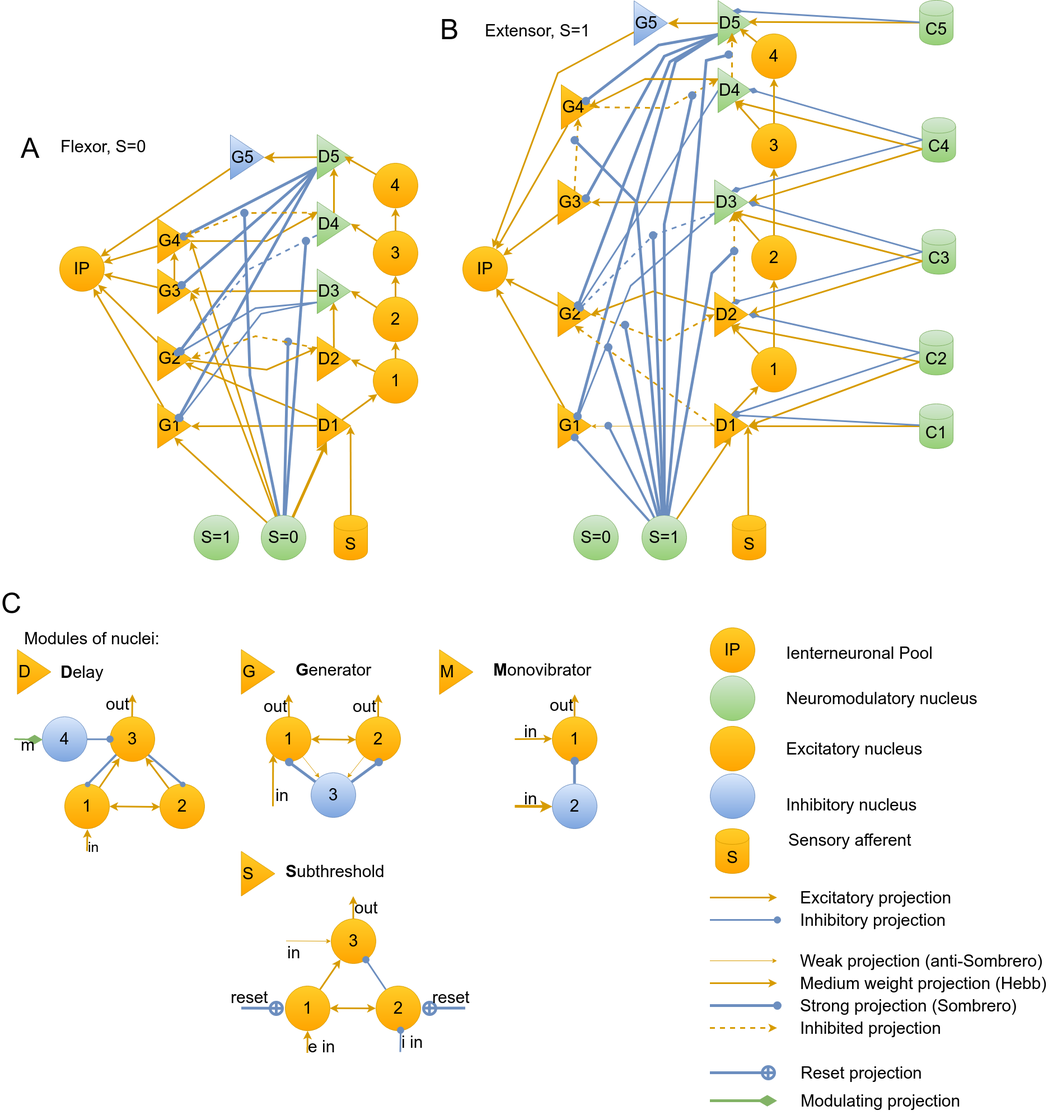
Earlier version of the draw.io export doc/diagram/cpg_generator_FE_paper.png (research-team/memristive-spinal-cord). Source tidied: cells renumbered, new cells last; positions are measured from the earlier drawing's top-left corner, leaving out a move shared by most shapes.
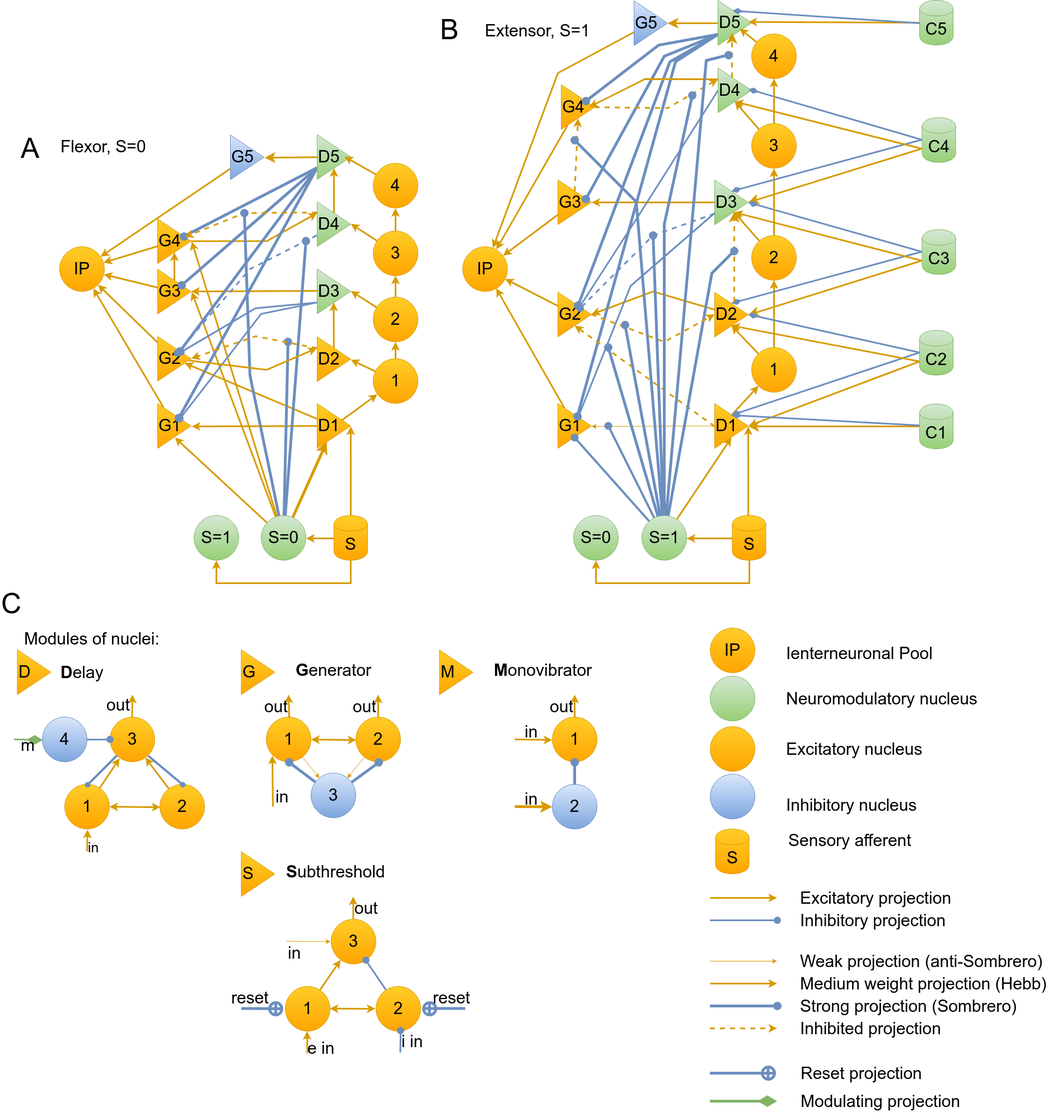
The same diagram one commit later.

What changed in the source:
```diff
@@ -609,6 +609,17 @@
     <mxCell id="162" value="Sensory afferent" style="text;html=1;align=left;verticalAlign=top;spacingTop=-4;fontSize=30;fontColor=#000000;" parent="77" vertex="1">
       <mxGeometry x="1406" y="1480" width="240" height="40" as="geometry" />
     </mxCell>
+    <mxCell id="232" style="edgeStyle=orthogonalEdgeStyle;rounded=0;html=1;jettySize=auto;fillColor=#ffcd28;strokeColor=#d79b00;gradientColor=#ffa500;strokeWidth=3;" parent="77" edge="1" source="163" target="87">
+      <mxGeometry relative="1" as="geometry">
+        <Array as="points">
+          <mxPoint x="626" y="1040" />
+          <mxPoint x="386" y="1040" />
+        </Array>
+      </mxGeometry>
+    </mxCell>
+    <mxCell id="233" style="edgeStyle=orthogonalEdgeStyle;rounded=0;html=1;jettySize=auto;strokeWidth=3;fillColor=#ffcd28;strokeColor=#d79b00;gradientColor=#ffa500;" parent="77" edge="1" source="163" target="89">
+      <mxGeometry relative="1" as="geometry" />
+    </mxCell>
     <mxCell id="163" value="S" style="shape=cylinder;whiteSpace=wrap;html=1;boundedLbl=1;backgroundOutline=1;rounded=1;shadow=0;glass=0;strokeColor=#d79b00;strokeWidth=1;fillColor=#ffcd28;gradientColor=#ffa500;fontSize=30;align=center;" parent="77" vertex="1">
       <mxGeometry x="596" y="920" width="60" height="80" as="geometry" />
     </mxCell>
@@ -658,6 +669,17 @@
     <mxCell id="175" value="4" style="ellipse;whiteSpace=wrap;html=1;rounded=0;shadow=0;glass=0;comic=0;labelBackgroundColor=none;strokeColor=#d79b00;strokeWidth=1;fillColor=#ffcd28;fontSize=30;fontColor=#000000;align=center;gradientColor=#ffa500;" parent="77" vertex="1">
       <mxGeometry x="666" y="291.2" width="80" height="80" as="geometry" />
     </mxCell>
+    <mxCell id="234" style="edgeStyle=orthogonalEdgeStyle;rounded=0;html=1;entryX=1;entryY=0.5;jettySize=auto;strokeWidth=3;fillColor=#ffcd28;strokeColor=#d79b00;gradientColor=#ffa500;" parent="77" edge="1" source="176" target="116">
+      <mxGeometry relative="1" as="geometry" />
+    </mxCell>
+    <mxCell id="235" style="edgeStyle=orthogonalEdgeStyle;rounded=0;html=1;jettySize=auto;strokeWidth=3;fillColor=#ffcd28;strokeColor=#d79b00;gradientColor=#ffa500;" parent="77" edge="1" source="176" target="117">
+      <mxGeometry relative="1" as="geometry">
+        <Array as="points">
+          <mxPoint x="1338" y="1041" />
+          <mxPoint x="1064" y="1041" />
+        </Array>
+      </mxGeometry>
+    </mxCell>
     <mxCell id="176" value="S" style="shape=cylinder;whiteSpace=wrap;html=1;boundedLbl=1;backgroundOutline=1;rounded=1;shadow=0;glass=0;strokeColor=#d79b00;strokeWidth=1;fillColor=#ffcd28;gradientColor=#ffa500;fontSize=30;align=center;" parent="77" vertex="1">
       <mxGeometry x="1307.5" y="920" width="60" height="80" as="geometry" />
     </mxCell>
```
